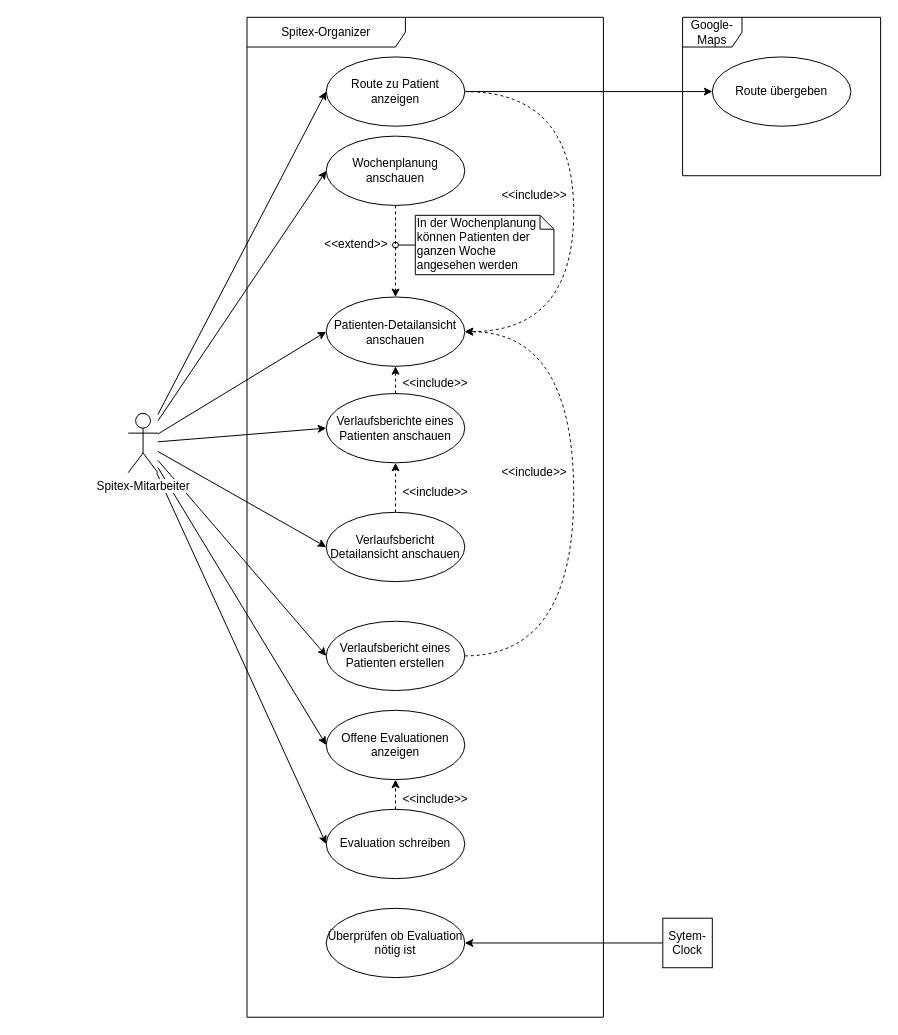
This is doc/task02/use_case_diagramm.drawio from ceoy/ch.bfh.bti7081.s2019.black, a draw.io file, before an edit. Source tidied: cells renumbered, new cells numbered last; positions are measured from the earlier drawing's top-left corner, leaving out a move shared by most shapes. Both pictures are drawn from the tidied source at 99%, with x=0, y=0 at pixel (128, 17).
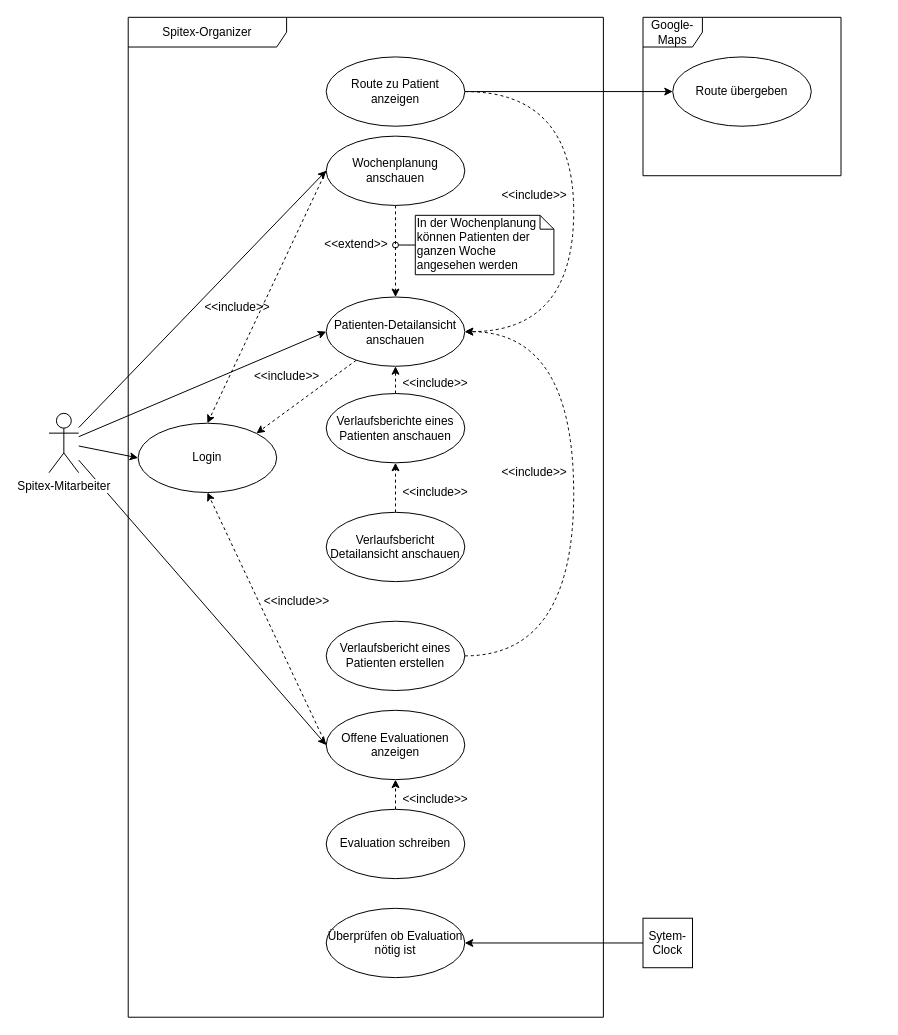
The same page after the edit.

Commit message (it also covers changes not shown here):
use case diagramm mit login erweitert

The change refers to these unchanged cells:
```xml
<mxCell id="13" value="Wochenplanung anschauen" style="ellipse;whiteSpace=wrap;html=1;" parent="1" vertex="1">
  <mxGeometry x="200" y="120" width="140" height="70" as="geometry" />
</mxCell>
<mxCell id="14" value="Patienten-Detailansicht&lt;br&gt;anschauen&lt;br&gt;" style="ellipse;whiteSpace=wrap;html=1;" parent="1" vertex="1">
  <mxGeometry x="200" y="282.5" width="140" height="70" as="geometry" />
</mxCell>
<mxCell id="17" value="Verlaufsberichte eines Patienten anschauen" style="ellipse;whiteSpace=wrap;html=1;" parent="1" vertex="1">
  <mxGeometry x="200" y="380" width="140" height="70" as="geometry" />
</mxCell>
<mxCell id="19" value="Verlaufsbericht Detailansicht anschauen" style="ellipse;whiteSpace=wrap;html=1;" parent="1" vertex="1">
  <mxGeometry x="200" y="500" width="140" height="70" as="geometry" />
</mxCell>
<mxCell id="21" value="Verlaufsbericht eines Patienten erstellen" style="ellipse;whiteSpace=wrap;html=1;" parent="1" vertex="1">
  <mxGeometry x="200" y="610" width="140" height="70" as="geometry" />
</mxCell>
<mxCell id="24" value="Route zu Patient anzeigen" style="ellipse;whiteSpace=wrap;html=1;" parent="1" vertex="1">
  <mxGeometry x="200" y="40" width="140" height="70" as="geometry" />
</mxCell>
<mxCell id="25" value="Offene Evaluationen anzeigen" style="ellipse;whiteSpace=wrap;html=1;" parent="1" vertex="1">
  <mxGeometry x="200" y="700" width="140" height="70" as="geometry" />
</mxCell>
<mxCell id="27" value="Evaluation schreiben" style="ellipse;whiteSpace=wrap;html=1;" parent="1" vertex="1">
  <mxGeometry x="200" y="800" width="140" height="70" as="geometry" />
</mxCell>
```

What changed in the source:
```diff
@@
-    <mxCell id="5" style="edgeStyle=none;rounded=0;comic=0;jumpStyle=none;jettySize=auto;html=1;entryX=0;entryY=0.5;entryDx=0;entryDy=0;strokeColor=#000000;" parent="1" edge="1" source="10" target="24">
-      <mxGeometry relative="1" as="geometry" />
-    </mxCell>
-    <mxCell id="6" style="edgeStyle=none;rounded=0;comic=0;jumpStyle=none;jettySize=auto;html=1;entryX=0;entryY=0.5;entryDx=0;entryDy=0;strokeColor=#000000;" parent="1" edge="1" source="10" target="17">
-      <mxGeometry relative="1" as="geometry" />
-    </mxCell>
-    <mxCell id="7" style="edgeStyle=none;rounded=0;comic=0;jumpStyle=none;jettySize=auto;html=1;entryX=0;entryY=0.5;entryDx=0;entryDy=0;strokeColor=#000000;" parent="1" edge="1" source="10" target="19">
-      <mxGeometry relative="1" as="geometry" />
-    </mxCell>
-    <mxCell id="8" style="edgeStyle=none;rounded=0;comic=0;jumpStyle=none;jettySize=auto;html=1;entryX=0;entryY=0.5;entryDx=0;entryDy=0;strokeColor=#000000;" parent="1" edge="1" source="10" target="21">
-      <mxGeometry relative="1" as="geometry" />
-    </mxCell>
-    <mxCell id="9" style="edgeStyle=none;rounded=0;comic=0;jumpStyle=none;jettySize=auto;html=1;strokeColor=#000000;entryX=0;entryY=0.5;entryDx=0;entryDy=0;" parent="1" edge="1" source="10" target="27">
-      <mxGeometry relative="1" as="geometry" />
-    </mxCell>
+    <mxCell id="40" style="edgeStyle=none;rounded=0;jettySize=auto;html=1;entryX=0;entryY=0.5;entryDx=0;entryDy=0;" parent="1" edge="1" source="10" target="44">
+      <mxGeometry relative="1" as="geometry" />
+    </mxCell>
     <mxCell id="10" value="Spitex-Mitarbeiter" style="shape=umlActor;verticalLabelPosition=bottom;labelBackgroundColor=#ffffff;verticalAlign=top;html=1;outlineConnect=0;" parent="1" vertex="1">
-      <mxGeometry y="400" width="30" height="60" as="geometry" />
+      <mxGeometry x="-80" y="400" width="30" height="60" as="geometry" />
     </mxCell>
     <mxCell id="11" value="Spitex-Organizer" style="shape=umlFrame;whiteSpace=wrap;html=1;width=160;height=30;" parent="1" vertex="1">
-      <mxGeometry x="120" width="360" height="1010" as="geometry" />
+      <mxGeometry width="480" height="1010" as="geometry" />
     </mxCell>
@@
+    <mxCell id="41" style="edgeStyle=none;rounded=0;jettySize=auto;html=1;entryX=0.5;entryY=0;entryDx=0;entryDy=0;dashed=1;exitX=0;exitY=0.5;exitDx=0;exitDy=0;" parent="1" edge="1" source="13" target="44">
+      <mxGeometry relative="1" as="geometry" />
+    </mxCell>
@@
+    <mxCell id="42" style="rounded=0;jettySize=auto;html=1;entryX=1;entryY=0;entryDx=0;entryDy=0;dashed=1;" parent="1" edge="1" source="14" target="44">
+      <mxGeometry relative="1" as="geometry" />
+    </mxCell>
@@
+    <mxCell id="43" style="edgeStyle=none;rounded=0;jettySize=auto;html=1;entryX=0.5;entryY=1;entryDx=0;entryDy=0;dashed=1;exitX=0;exitY=0.5;exitDx=0;exitDy=0;" parent="1" edge="1" source="25" target="44">
+      <mxGeometry relative="1" as="geometry" />
+    </mxCell>
@@
     <mxCell id="30" value="Sytem-Clock" style="whiteSpace=wrap;html=1;" parent="1" vertex="1">
-      <mxGeometry x="540" y="910" width="50" height="50" as="geometry" />
+      <mxGeometry x="520" y="910" width="50" height="50" as="geometry" />
     </mxCell>
     <mxCell id="31" value="Google-Maps" style="shape=umlFrame;whiteSpace=wrap;html=1;" parent="1" vertex="1">
-      <mxGeometry x="560" width="200" height="160" as="geometry" />
+      <mxGeometry x="520" width="200" height="160" as="geometry" />
     </mxCell>
     <mxCell id="32" value="Route übergeben" style="ellipse;whiteSpace=wrap;html=1;" parent="1" vertex="1">
-      <mxGeometry x="590" y="40" width="140" height="70" as="geometry" />
+      <mxGeometry x="550" y="40" width="140" height="70" as="geometry" />
     </mxCell>
@@
+    <mxCell id="44" value="Login" style="ellipse;whiteSpace=wrap;html=1;" parent="1" vertex="1">
+      <mxGeometry x="10" y="410" width="140" height="70" as="geometry" />
+    </mxCell>
+    <mxCell id="45" value="&amp;lt;&amp;lt;include&amp;gt;&amp;gt;" style="text;html=1;align=center;verticalAlign=middle;fillColor=none;strokeColor=none;rounded=0;" parent="1" vertex="1">
+      <mxGeometry x="120" y="352.5" width="80" height="20" as="geometry" />
+    </mxCell>
+    <mxCell id="46" value="&amp;lt;&amp;lt;include&amp;gt;&amp;gt;" style="text;html=1;align=center;verticalAlign=middle;fillColor=none;strokeColor=none;rounded=0;" parent="1" vertex="1">
+      <mxGeometry x="70" y="282.5" width="80" height="20" as="geometry" />
+    </mxCell>
+    <mxCell id="47" value="&amp;lt;&amp;lt;include&amp;gt;&amp;gt;" style="text;html=1;align=center;verticalAlign=middle;fillColor=none;strokeColor=none;rounded=0;" parent="1" vertex="1">
+      <mxGeometry x="130" y="580" width="80" height="20" as="geometry" />
+    </mxCell>
```
